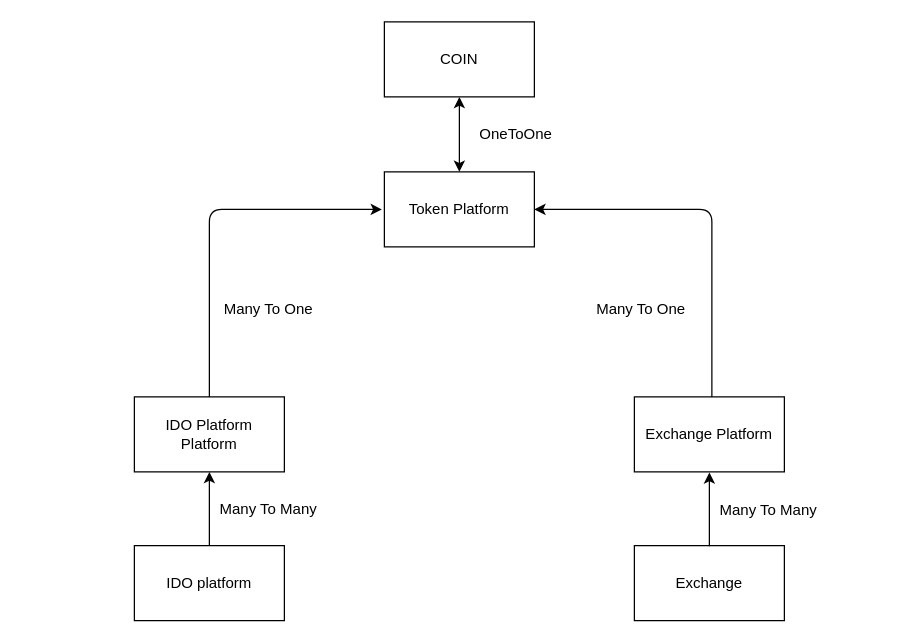
The draw.io diagram views/Untitled Diagram.drawio in webdevstas/votes, before the edit. Source tidied: cells renumbered, new cells numbered last; positions are measured from the earlier drawing's top-left corner, leaving out a move shared by most shapes. Both pictures are drawn from the tidied source at 125%, with x=0, y=0 at pixel (134, 21).
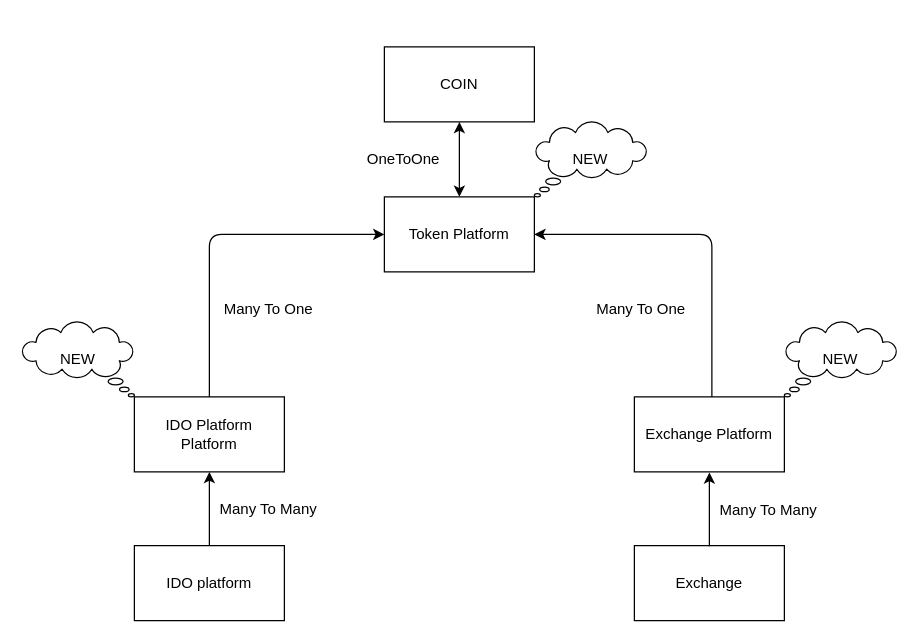
Above is the later version.

The change refers to these unchanged cells:
```xml
<mxCell id="7" value="&lt;div&gt;IDO Platform&lt;/div&gt;&lt;div&gt;Platform&lt;br&gt;&lt;/div&gt;" style="rounded=0;whiteSpace=wrap;html=1;" parent="1" vertex="1">
  <mxGeometry y="300" width="120" height="60" as="geometry" />
</mxCell>
```

Diff of the diagram source:
```diff
@@
     <mxCell id="2" value="COIN" style="rounded=0;whiteSpace=wrap;html=1;" parent="1" vertex="1">
-      <mxGeometry x="200" width="120" height="60" as="geometry" />
+      <mxGeometry x="200" y="20" width="120" height="60" as="geometry" />
     </mxCell>
     <mxCell id="3" value="Token Platform" style="rounded=0;whiteSpace=wrap;html=1;" parent="1" vertex="1">
-      <mxGeometry x="200" y="120" width="120" height="60" as="geometry" />
+      <mxGeometry x="200" y="140" width="120" height="60" as="geometry" />
     </mxCell>
     <mxCell id="4" style="endArrow=classic;startArrow=classic;html=1;" parent="1" edge="1" source="2">
       <mxGeometry relative="1" as="geometry">
-        <mxPoint x="260" y="120" as="targetPoint" />
+        <mxPoint x="260" y="140" as="targetPoint" />
       </mxGeometry>
     </mxCell>
     <mxCell id="5" value="OneToOne" style="text;html=1;align=center;verticalAlign=middle;strokeColor=none;" parent="1" vertex="1">
-      <mxGeometry x="270" y="80" width="70" height="20" as="geometry" />
+      <mxGeometry x="180" y="100" width="70" height="20" as="geometry" />
     </mxCell>
@@
-    <mxCell id="14" style="endArrow=classic;html=1;exitX=0.5;exitY=0;exitDx=0;exitDy=0;" parent="1" edge="1" source="7">
+    <mxCell id="14" style="endArrow=classic;html=1;exitX=0.5;exitY=0;exitDx=0;exitDy=0;entryX=0;entryY=0.5;entryDx=0;entryDy=0;" parent="1" edge="1" source="7" target="3">
       <mxGeometry relative="1" as="geometry">
-        <mxPoint x="198" y="150" as="targetPoint" />
         <Array as="points">
-          <mxPoint x="60" y="150" />
+          <mxPoint x="60" y="170" />
         </Array>
       </mxGeometry>
     </mxCell>
     <mxCell id="15" style="endArrow=classic;html=1;exitX=0.5;exitY=0;exitDx=0;exitDy=0;entryX=1;entryY=0.5;entryDx=0;entryDy=0;" parent="1" edge="1" target="3">
       <mxGeometry relative="1" as="geometry">
         <mxPoint x="462" y="300" as="sourcePoint" />
         <Array as="points">
-          <mxPoint x="462" y="150" />
+          <mxPoint x="462" y="170" />
         </Array>
       </mxGeometry>
     </mxCell>
@@
+    <mxCell id="18" value="NEW" style="whiteSpace=wrap;html=1;shape=mxgraph.basic.cloud_callout;" parent="1" vertex="1">
+      <mxGeometry x="520" y="240" width="90" height="60" as="geometry" />
+    </mxCell>
+    <mxCell id="19" value="NEW" style="whiteSpace=wrap;html=1;shape=mxgraph.basic.cloud_callout;shadow=0;flipH=1;" parent="1" vertex="1">
+      <mxGeometry x="-90" y="240" width="90" height="60" as="geometry" />
+    </mxCell>
+    <mxCell id="20" value="NEW" style="whiteSpace=wrap;html=1;shape=mxgraph.basic.cloud_callout;" parent="1" vertex="1">
+      <mxGeometry x="320" y="80" width="90" height="60" as="geometry" />
+    </mxCell>
```
